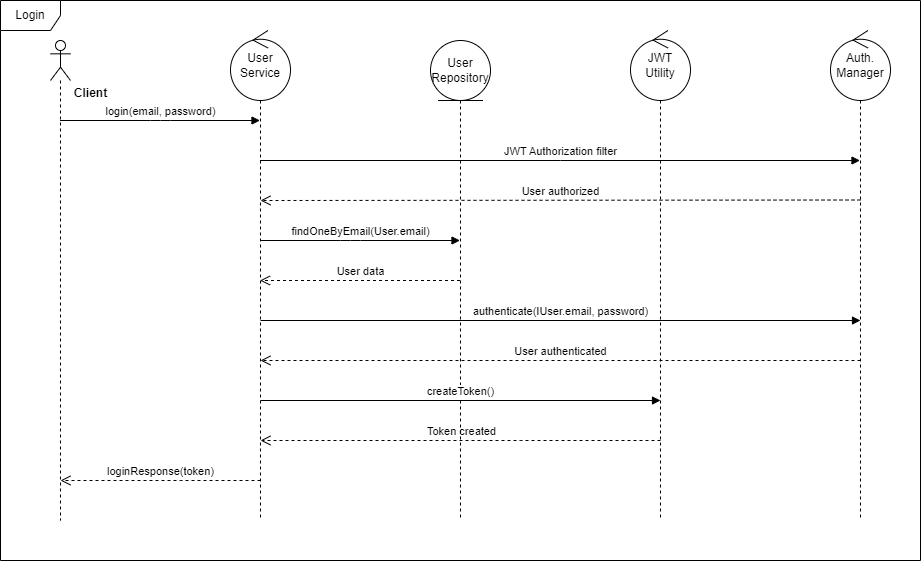
This is documentation/Diagrams/Login Sequence diagram.png from feretchepare/bci-exercise, a draw.io export, as it was before one commit. Source tidied: cells renumbered, new cells last; positions are measured from the earlier drawing's top-left corner, leaving out a move shared by most shapes.
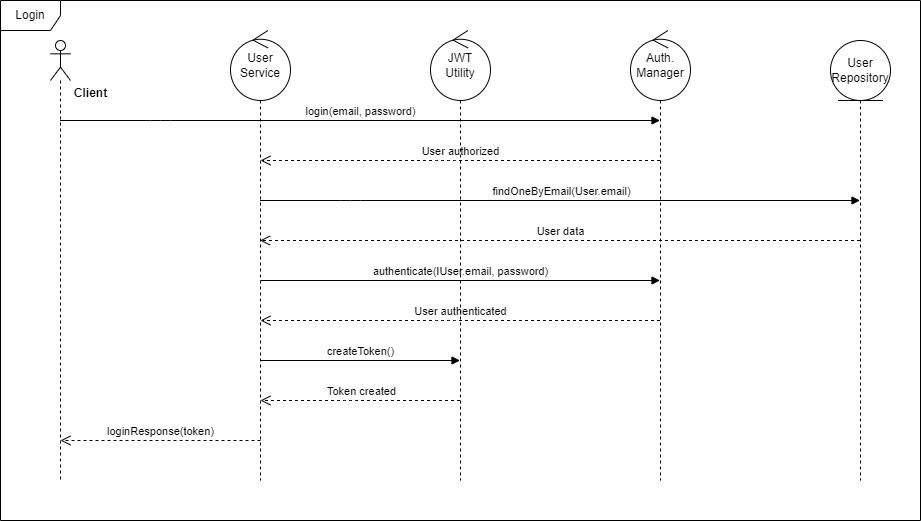
The same file after the commit.

Commit message:
Sequence diagrams update

What changed in the source:
```diff
@@ -2,108 +2,86 @@
   <root>
     <mxCell id="0" />
     <mxCell id="1" parent="0" />
-    <mxCell id="2" value="User authenticated" style="html=1;verticalAlign=bottom;endArrow=open;dashed=1;endSize=8;labelBackgroundColor=none;fontFamily=Helvetica;fontSize=11;edgeStyle=elbowEdgeStyle;elbow=vertical;" parent="1" edge="1">
+    <mxCell id="2" value="User authenticated" style="html=1;verticalAlign=bottom;endArrow=open;dashed=1;endSize=8;labelBackgroundColor=none;fontFamily=Helvetica;fontSize=11;edgeStyle=elbowEdgeStyle;elbow=vertical;" parent="1" edge="1" source="16">
       <mxGeometry relative="1" as="geometry">
-        <mxPoint x="860" y="360" as="sourcePoint" />
-        <mxPoint x="260" y="360" as="targetPoint" />
+        <mxPoint x="260" y="320" as="targetPoint" />
       </mxGeometry>
     </mxCell>
-    <mxCell id="3" value="login(email, password)" style="html=1;verticalAlign=bottom;endArrow=block;labelBackgroundColor=none;fontFamily=Helvetica;fontSize=11;edgeStyle=elbowEdgeStyle;elbow=vertical;" parent="1" edge="1" source="5" target="6">
+    <mxCell id="3" value="login(email, password)" style="html=1;verticalAlign=bottom;endArrow=block;labelBackgroundColor=none;fontFamily=Helvetica;fontSize=11;edgeStyle=elbowEdgeStyle;elbow=vertical;" parent="1" edge="1" source="5" target="16">
       <mxGeometry relative="1" as="geometry">
         <Array as="points">
           <mxPoint x="160" y="120" />
         </Array>
       </mxGeometry>
     </mxCell>
-    <mxCell id="4" value="findOneByEmail(User.email)" style="html=1;verticalAlign=bottom;endArrow=block;labelBackgroundColor=none;fontFamily=Helvetica;fontSize=11;edgeStyle=elbowEdgeStyle;elbow=vertical;" parent="1" edge="1">
+    <mxCell id="4" value="findOneByEmail(User.email)" style="html=1;verticalAlign=bottom;endArrow=block;labelBackgroundColor=none;fontFamily=Helvetica;fontSize=11;edgeStyle=elbowEdgeStyle;elbow=vertical;" parent="1" edge="1" target="7">
       <mxGeometry relative="1" as="geometry">
-        <mxPoint x="259.5" y="240" as="sourcePoint" />
-        <mxPoint x="459.5" y="240" as="targetPoint" />
+        <mxPoint x="259.5" y="200" as="sourcePoint" />
         <Array as="points">
-          <mxPoint x="350" y="240" />
+          <mxPoint x="350" y="200" />
         </Array>
       </mxGeometry>
     </mxCell>
     <mxCell id="5" style="shape=umlLifeline;perimeter=lifelinePerimeter;whiteSpace=wrap;html=1;outlineConnect=0;portConstraint=eastwest;newEdgeStyle={&quot;curved&quot;:0,&quot;rounded&quot;:0};participant=umlActor;" parent="1" vertex="1">
-      <mxGeometry x="50" y="40" width="20" height="480" as="geometry" />
+      <mxGeometry x="50" y="40" width="20" height="440" as="geometry" />
     </mxCell>
     <mxCell id="6" value="User &lt;br&gt;Service" style="shape=umlLifeline;perimeter=lifelinePerimeter;whiteSpace=wrap;html=1;outlineConnect=0;portConstraint=eastwest;newEdgeStyle={&quot;curved&quot;:0,&quot;rounded&quot;:0};participant=umlControl;size=70;" parent="1" vertex="1">
-      <mxGeometry x="230" y="30" width="60" height="490" as="geometry" />
+      <mxGeometry x="230" y="30" width="60" height="450" as="geometry" />
     </mxCell>
     <mxCell id="7" value="User&lt;br&gt;Repository" style="shape=umlLifeline;perimeter=lifelinePerimeter;whiteSpace=wrap;html=1;outlineConnect=0;portConstraint=eastwest;newEdgeStyle={&quot;curved&quot;:0,&quot;rounded&quot;:0};participant=umlEntity;size=60;" parent="1" vertex="1">
-      <mxGeometry x="430" y="40" width="60" height="480" as="geometry" />
+      <mxGeometry x="830" y="40" width="60" height="440" as="geometry" />
     </mxCell>
-    <mxCell id="8" value="User data" style="html=1;verticalAlign=bottom;endArrow=open;dashed=1;endSize=8;curved=0;rounded=0;labelBackgroundColor=none;" parent="1" edge="1">
+    <mxCell id="8" value="User data" style="html=1;verticalAlign=bottom;endArrow=open;dashed=1;endSize=8;curved=0;rounded=0;labelBackgroundColor=none;" parent="1" edge="1" source="7">
       <mxGeometry relative="1" as="geometry">
-        <mxPoint x="459.5" y="280" as="sourcePoint" />
-        <mxPoint x="259.5" y="280" as="targetPoint" />
+        <mxPoint x="259.5" y="240" as="targetPoint" />
         <Array as="points">
-          <mxPoint x="310" y="280" />
+          <mxPoint x="310" y="240" />
         </Array>
       </mxGeometry>
     </mxCell>
-    <mxCell id="9" value="authenticate(IUser.email, password)" style="html=1;verticalAlign=bottom;endArrow=block;curved=0;rounded=0;" parent="1" edge="1">
+    <mxCell id="9" value="authenticate(IUser.email, password)" style="html=1;verticalAlign=bottom;endArrow=block;curved=0;rounded=0;" parent="1" edge="1" target="16">
       <mxGeometry relative="1" as="geometry">
-        <mxPoint x="260" y="320" as="sourcePoint" />
-        <mxPoint x="860" y="320" as="targetPoint" />
+        <mxPoint x="260" y="280" as="sourcePoint" />
         <Array as="points">
-          <mxPoint x="340.5" y="320" />
+          <mxPoint x="340.5" y="280" />
         </Array>
       </mxGeometry>
     </mxCell>
     <mxCell id="10" value="Client" style="text;align=center;fontStyle=1;verticalAlign=middle;spacingLeft=3;spacingRight=3;strokeColor=none;html=1;" parent="1" vertex="1">
       <mxGeometry x="50" y="80" width="80" height="26" as="geometry" />
     </mxCell>
-    <mxCell id="11" value="createToken()" style="html=1;verticalAlign=bottom;endArrow=block;curved=0;rounded=0;" parent="1" edge="1">
+    <mxCell id="11" value="createToken()" style="html=1;verticalAlign=bottom;endArrow=block;curved=0;rounded=0;" parent="1" edge="1" target="12">
       <mxGeometry relative="1" as="geometry">
-        <mxPoint x="260" y="400" as="sourcePoint" />
-        <mxPoint x="660" y="400" as="targetPoint" />
-        <Array as="points">
-          <mxPoint x="510.5" y="400" />
-        </Array>
+        <mxPoint x="260" y="360" as="sourcePoint" />
       </mxGeometry>
     </mxCell>
     <mxCell id="12" value="JWT&lt;br&gt;Utility" style="shape=umlLifeline;perimeter=lifelinePerimeter;whiteSpace=wrap;html=1;outlineConnect=0;portConstraint=eastwest;newEdgeStyle={&quot;curved&quot;:0,&quot;rounded&quot;:0};participant=umlControl;size=70;" parent="1" vertex="1">
-      <mxGeometry x="630" y="30" width="60" height="490" as="geometry" />
+      <mxGeometry x="430" y="30" width="60" height="450" as="geometry" />
     </mxCell>
-    <mxCell id="13" value="Token created" style="html=1;verticalAlign=bottom;endArrow=open;dashed=1;endSize=8;labelBackgroundColor=none;fontFamily=Helvetica;fontSize=11;edgeStyle=elbowEdgeStyle;elbow=vertical;" parent="1" edge="1">
+    <mxCell id="13" value="Token created" style="html=1;verticalAlign=bottom;endArrow=open;dashed=1;endSize=8;labelBackgroundColor=none;fontFamily=Helvetica;fontSize=11;edgeStyle=elbowEdgeStyle;elbow=vertical;" parent="1" edge="1" source="12">
       <mxGeometry relative="1" as="geometry">
-        <mxPoint x="660" y="440" as="sourcePoint" />
-        <mxPoint x="260" y="440" as="targetPoint" />
-        <Array as="points">
-          <mxPoint x="510.5" y="440" />
-        </Array>
+        <mxPoint x="260" y="400" as="targetPoint" />
         <mxPoint x="1" as="offset" />
       </mxGeometry>
     </mxCell>
     <mxCell id="14" value="loginResponse(token)" style="html=1;verticalAlign=bottom;endArrow=open;dashed=1;endSize=8;labelBackgroundColor=none;fontFamily=Helvetica;fontSize=11;edgeStyle=elbowEdgeStyle;elbow=vertical;" parent="1" edge="1">
       <mxGeometry relative="1" as="geometry">
-        <mxPoint x="260" y="480" as="sourcePoint" />
-        <mxPoint x="60" y="480" as="targetPoint" />
+        <mxPoint x="260" y="440" as="sourcePoint" />
+        <mxPoint x="60" y="440" as="targetPoint" />
         <Array as="points">
-          <mxPoint x="170.5" y="480" />
+          <mxPoint x="170.5" y="440" />
         </Array>
       </mxGeometry>
     </mxCell>
     <mxCell id="15" value="Login" style="shape=umlFrame;whiteSpace=wrap;html=1;" parent="1" vertex="1">
-      <mxGeometry width="920" height="560" as="geometry" />
+      <mxGeometry width="920" height="520" as="geometry" />
     </mxCell>
     <mxCell id="16" value="Auth.&lt;br&gt;Manager" style="shape=umlLifeline;perimeter=lifelinePerimeter;whiteSpace=wrap;html=1;outlineConnect=0;portConstraint=eastwest;newEdgeStyle={&quot;curved&quot;:0,&quot;rounded&quot;:0};participant=umlControl;size=70;" parent="1" vertex="1">
-      <mxGeometry x="830" y="30" width="60" height="490" as="geometry" />
+      <mxGeometry x="630" y="30" width="60" height="450" as="geometry" />
     </mxCell>
-    <mxCell id="17" value="JWT Authorization filter" style="html=1;verticalAlign=bottom;endArrow=block;curved=0;rounded=0;" parent="1" edge="1">
-      <mxGeometry relative="1" as="geometry">
-        <mxPoint x="259.5" y="160" as="sourcePoint" />
-        <mxPoint x="859.5" y="160" as="targetPoint" />
-        <Array as="points">
-          <mxPoint x="560" y="160" />
-        </Array>
-      </mxGeometry>
-    </mxCell>
-    <mxCell id="18" value="User authorized" style="html=1;verticalAlign=bottom;endArrow=open;dashed=1;endSize=8;labelBackgroundColor=none;fontFamily=Helvetica;fontSize=11;edgeStyle=elbowEdgeStyle;elbow=vertical;" parent="1" edge="1">
+    <mxCell id="18" value="User authorized" style="html=1;verticalAlign=bottom;endArrow=open;dashed=1;endSize=8;labelBackgroundColor=none;fontFamily=Helvetica;fontSize=11;edgeStyle=elbowEdgeStyle;elbow=vertical;" parent="1" edge="1" source="16">
       <mxGeometry relative="1" as="geometry">
-        <mxPoint x="860" y="199.5" as="sourcePoint" />
-        <mxPoint x="260" y="199.5" as="targetPoint" />
+        <mxPoint x="260" y="160" as="targetPoint" />
       </mxGeometry>
     </mxCell>
   </root>
```
